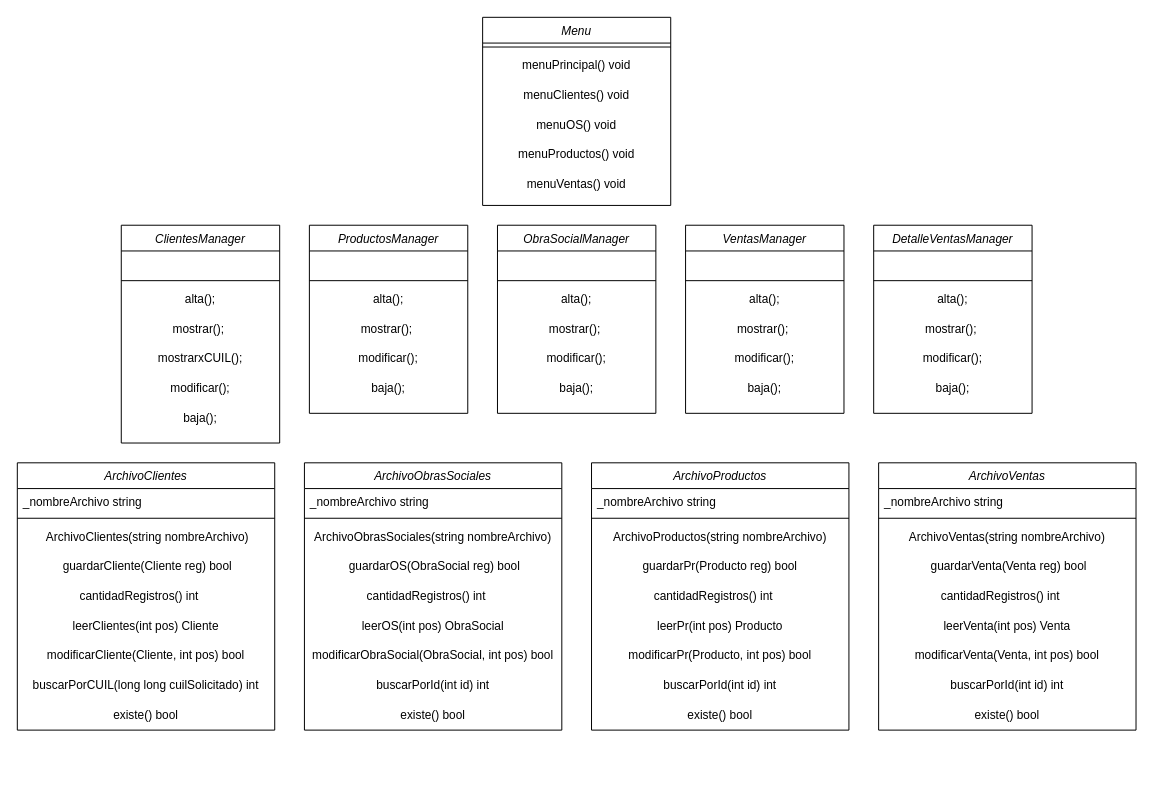
This is ClasesArchivosyManagers.drawio from jiriberri/farmaceutica-utn, a draw.io file, before an edit. Source tidied: cells renumbered, new cells numbered last; positions are measured from the earlier drawing's top-left corner, leaving out a move shared by most shapes. Both pictures are drawn from the tidied source at 99%, with x=0, y=0 at pixel (17, 17).
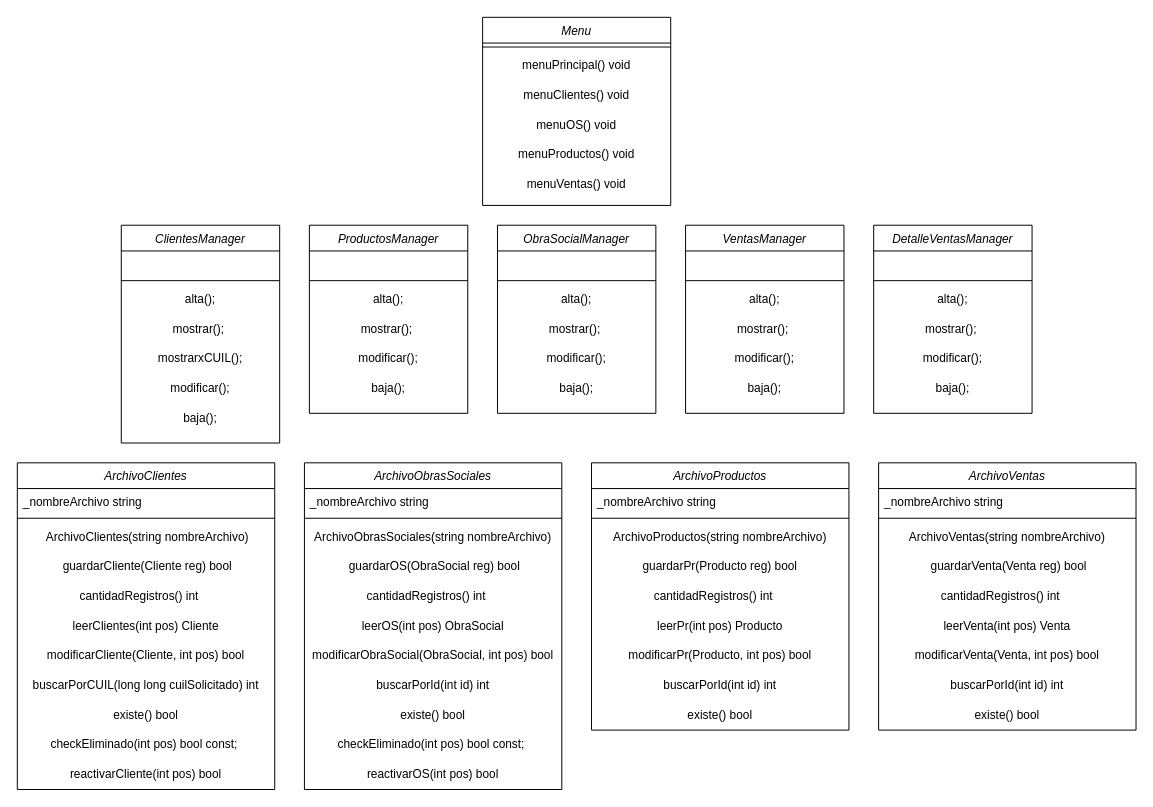
The same page after the edit.

What changed in the source:
```diff
@@
     <mxCell id="38" value="ArchivoClientes" style="swimlane;fontStyle=2;align=center;verticalAlign=top;horizontal=1;startSize=26;rounded=0;shadow=0;strokeWidth=1;" parent="1" vertex="1">
-      <mxGeometry y="450" width="260" height="270" as="geometry" />
+      <mxGeometry y="450" width="260" height="330" as="geometry" />
     </mxCell>
@@
+    <mxCell id="85" value="checkEliminado(int pos) bool const;&amp;nbsp;" style="text;html=1;whiteSpace=wrap;strokeColor=none;fillColor=none;align=center;verticalAlign=middle;rounded=0;" parent="38" vertex="1">
+      <mxGeometry y="270" width="260" height="30" as="geometry" />
+    </mxCell>
+    <mxCell id="86" value="reactivarCliente(int pos) bool" style="text;html=1;whiteSpace=wrap;strokeColor=none;fillColor=none;align=center;verticalAlign=middle;rounded=0;" parent="38" vertex="1">
+      <mxGeometry y="300" width="260" height="30" as="geometry" />
+    </mxCell>
     <mxCell id="48" value="ArchivoObrasSociales" style="swimlane;fontStyle=2;align=center;verticalAlign=top;horizontal=1;startSize=26;rounded=0;shadow=0;strokeWidth=1;" parent="1" vertex="1">
-      <mxGeometry x="290" y="450" width="260" height="270" as="geometry" />
+      <mxGeometry x="290" y="450" width="260" height="330" as="geometry" />
     </mxCell>
@@
+    <mxCell id="87" value="checkEliminado(int pos) bool const;&amp;nbsp;" style="text;html=1;whiteSpace=wrap;strokeColor=none;fillColor=none;align=center;verticalAlign=middle;rounded=0;" parent="48" vertex="1">
+      <mxGeometry y="270" width="260" height="30" as="geometry" />
+    </mxCell>
+    <mxCell id="88" value="reactivarOS(int pos) bool" style="text;html=1;whiteSpace=wrap;strokeColor=none;fillColor=none;align=center;verticalAlign=middle;rounded=0;" parent="48" vertex="1">
+      <mxGeometry y="300" width="260" height="30" as="geometry" />
+    </mxCell>
```
